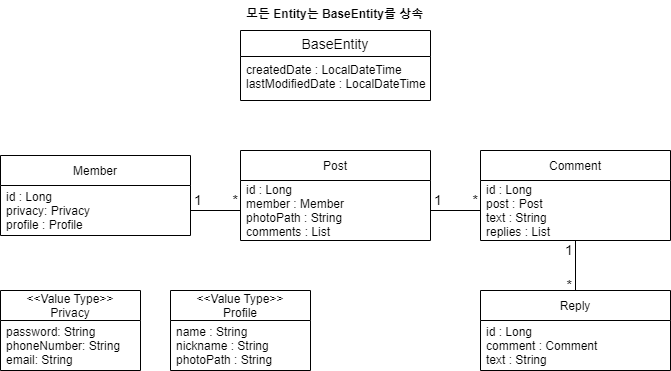
The draw.io diagram Sprint1 Entity Class Diagram.drawio.png in JunYoung-C/Instagram, before a commit. Source tidied: cells renumbered, new cells last; positions are measured from the earlier drawing's top-left corner, leaving out a move shared by most shapes.
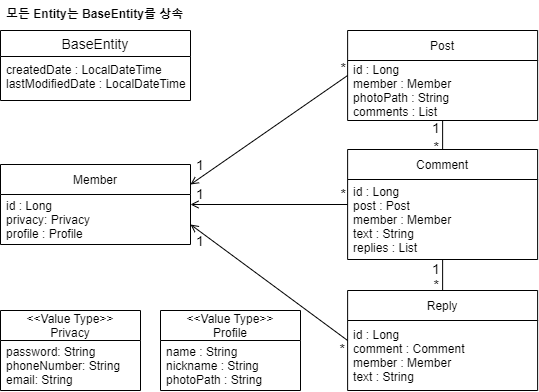
Later version of the same file.

Commit message:
docs: Comment, Reply에 Member 필드 추가 (#12)

What changed in the source:
```diff
@@ -3,65 +3,65 @@
     <mxCell id="0" />
     <mxCell id="1" parent="0" />
     <mxCell id="2" value="Comment" style="swimlane;fontStyle=0;horizontal=1;startSize=30;" parent="1" vertex="1">
-      <mxGeometry x="480" y="150" width="190" height="90" as="geometry" />
+      <mxGeometry x="347.1" y="149" width="190" height="110" as="geometry" />
     </mxCell>
-    <mxCell id="3" value="id : Long&#10;post : Post&#10;text : String&#10;replies : List" style="text;strokeColor=none;fillColor=none;align=left;verticalAlign=middle;spacingLeft=4;spacingRight=4;overflow=hidden;points=[[0,0.5],[1,0.5]];portConstraint=eastwest;" parent="2" vertex="1">
-      <mxGeometry y="30" width="190" height="60" as="geometry" />
+    <mxCell id="3" value="id : Long&#10;post : Post&#10;member : Member&#10;text : String&#10;replies : List" style="text;strokeColor=none;fillColor=none;align=left;verticalAlign=middle;spacingLeft=4;spacingRight=4;overflow=hidden;points=[[0,0.5],[1,0.5]];portConstraint=eastwest;" parent="2" vertex="1">
+      <mxGeometry y="30" width="190" height="80" as="geometry" />
     </mxCell>
     <mxCell id="4" value="Member" style="swimlane;fontStyle=0;horizontal=1;startSize=30;" parent="1" vertex="1">
-      <mxGeometry y="155" width="190" height="80" as="geometry" />
+      <mxGeometry y="164" width="190" height="80" as="geometry" />
     </mxCell>
     <mxCell id="5" value="id : Long&#10;privacy: Privacy&#10;profile : Profile" style="text;strokeColor=none;fillColor=none;align=left;verticalAlign=middle;spacingLeft=4;spacingRight=4;overflow=hidden;points=[[0,0.5],[1,0.5]];portConstraint=eastwest;" parent="4" vertex="1">
       <mxGeometry y="30" width="190" height="50" as="geometry" />
     </mxCell>
     <mxCell id="6" value="Post" style="swimlane;fontStyle=0;horizontal=1;startSize=30;" parent="1" vertex="1">
-      <mxGeometry x="240" y="150" width="190" height="90" as="geometry" />
+      <mxGeometry x="347.1" y="30" width="190" height="90" as="geometry" />
     </mxCell>
     <mxCell id="7" value="id : Long&#10;member : Member&#10;photoPath : String&#10;comments : List" style="text;strokeColor=none;fillColor=none;align=left;verticalAlign=middle;spacingLeft=4;spacingRight=4;overflow=hidden;points=[[0,0.5],[1,0.5]];portConstraint=eastwest;" parent="6" vertex="1">
       <mxGeometry y="30" width="190" height="60" as="geometry" />
     </mxCell>
     <mxCell id="8" value="Reply" style="swimlane;fontStyle=0;horizontal=1;startSize=30;" parent="1" vertex="1">
-      <mxGeometry x="480" y="290" width="190" height="80" as="geometry" />
+      <mxGeometry x="347.1" y="290" width="190" height="100" as="geometry" />
     </mxCell>
-    <mxCell id="9" value="id : Long&#10;comment : Comment&#10;text : String" style="text;strokeColor=none;fillColor=none;align=left;verticalAlign=middle;spacingLeft=4;spacingRight=4;overflow=hidden;" parent="8" vertex="1">
-      <mxGeometry y="30" width="190" height="50" as="geometry" />
+    <mxCell id="9" value="id : Long&#10;comment : Comment&#10;member : Member&#10;text : String" style="text;strokeColor=none;fillColor=none;align=left;verticalAlign=middle;spacingLeft=4;spacingRight=4;overflow=hidden;" parent="8" vertex="1">
+      <mxGeometry y="30" width="190" height="70" as="geometry" />
     </mxCell>
     <mxCell id="10" value="&lt;&lt;Value Type&gt;&gt;&#10;Privacy" style="swimlane;fontStyle=0;horizontal=1;startSize=30;" parent="1" vertex="1">
-      <mxGeometry y="290" width="140" height="80" as="geometry" />
+      <mxGeometry y="310" width="140" height="80" as="geometry" />
     </mxCell>
     <mxCell id="11" value="password: String&#10;phoneNumber: String&#10;email: String" style="text;strokeColor=none;fillColor=none;align=left;verticalAlign=middle;spacingLeft=4;spacingRight=4;overflow=hidden;" parent="10" vertex="1">
       <mxGeometry y="30" width="140" height="50" as="geometry" />
     </mxCell>
     <mxCell id="12" value="&lt;&lt;Value Type&gt;&gt;&#10;Profile" style="swimlane;fontStyle=0;horizontal=1;startSize=30;" parent="1" vertex="1">
-      <mxGeometry x="170" y="290" width="140" height="80" as="geometry" />
+      <mxGeometry x="160" y="310" width="140" height="80" as="geometry" />
     </mxCell>
     <mxCell id="13" value="name : String&#10;nickname : String&#10;photoPath : String" style="text;strokeColor=none;fillColor=none;align=left;verticalAlign=middle;spacingLeft=4;spacingRight=4;overflow=hidden;" parent="12" vertex="1">
       <mxGeometry y="30" width="140" height="50" as="geometry" />
     </mxCell>
-    <mxCell id="14" style="endArrow=none;html=1;rounded=0;fontSize=14;exitX=1;exitY=0.5;exitDx=0;exitDy=0;entryX=0;entryY=0.5;entryDx=0;entryDy=0;" parent="1" edge="1" source="7" target="3">
+    <mxCell id="14" style="endArrow=none;html=1;rounded=0;fontSize=14;exitX=0.5;exitY=1;exitDx=0;exitDy=0;entryX=0.5;entryY=0;entryDx=0;entryDy=0;" parent="1" edge="1" source="6" target="2">
       <mxGeometry relative="1" as="geometry" />
     </mxCell>
     <mxCell id="15" value="1" style="html=1;align=left;verticalAlign=bottom;fontSize=14;" parent="14" vertex="1">
       <mxGeometry x="-1" relative="1" as="geometry">
-        <mxPoint x="2" as="offset" />
+        <mxPoint x="-12" y="18" as="offset" />
       </mxGeometry>
     </mxCell>
     <mxCell id="16" value="*" style="html=1;align=right;verticalAlign=bottom;fontSize=14;" parent="14" vertex="1">
       <mxGeometry x="1" relative="1" as="geometry">
-        <mxPoint x="-2" as="offset" />
+        <mxPoint x="-3" y="7" as="offset" />
       </mxGeometry>
     </mxCell>
-    <mxCell id="17" style="endArrow=none;html=1;rounded=0;fontSize=14;exitX=1;exitY=0.5;exitDx=0;exitDy=0;entryX=0;entryY=0.5;entryDx=0;entryDy=0;" parent="1" edge="1" source="5" target="7">
+    <mxCell id="17" style="endArrow=none;html=1;rounded=0;fontSize=14;exitX=1;exitY=0.25;exitDx=0;exitDy=0;entryX=0;entryY=0.5;entryDx=0;entryDy=0;startArrow=open;startFill=0;" parent="1" edge="1" source="4" target="6">
       <mxGeometry relative="1" as="geometry" />
     </mxCell>
     <mxCell id="18" value="1" style="html=1;align=left;verticalAlign=bottom;fontSize=14;" parent="17" vertex="1">
       <mxGeometry x="-1" relative="1" as="geometry">
-        <mxPoint x="2" as="offset" />
+        <mxPoint x="4" y="-9" as="offset" />
       </mxGeometry>
     </mxCell>
     <mxCell id="19" value="*" style="html=1;align=right;verticalAlign=bottom;fontSize=14;" parent="17" vertex="1">
       <mxGeometry x="1" relative="1" as="geometry">
-        <mxPoint x="-2" as="offset" />
+        <mxPoint x="-2" y="3" as="offset" />
       </mxGeometry>
     </mxCell>
     <mxCell id="20" style="endArrow=none;html=1;rounded=0;fontSize=14;entryX=0.5;entryY=0;entryDx=0;entryDy=0;exitX=0.5;exitY=1;exitDx=0;exitDy=0;" parent="1" edge="1" source="2" target="8">
@@ -78,13 +78,39 @@
       </mxGeometry>
     </mxCell>
     <mxCell id="23" value="BaseEntity" style="swimlane;fontStyle=0;horizontal=1;startSize=26;align=center;fontSize=14;" parent="1" vertex="1">
-      <mxGeometry x="240" y="30" width="190" height="70" as="geometry" />
+      <mxGeometry y="30" width="190" height="70" as="geometry" />
     </mxCell>
     <mxCell id="24" value="createdDate : LocalDateTime&#10;lastModifiedDate : LocalDateTime" style="text;strokeColor=none;fillColor=none;spacingLeft=4;spacingRight=4;overflow=hidden;fontSize=12;" parent="23" vertex="1">
       <mxGeometry y="26" width="190" height="44" as="geometry" />
     </mxCell>
     <mxCell id="25" value="모든 Entity는 BaseEntity를 상속" style="text;strokeColor=none;fillColor=none;spacingLeft=4;spacingRight=4;overflow=hidden;fontSize=12;fontStyle=1;" parent="1" vertex="1">
-      <mxGeometry x="240" width="190" height="30" as="geometry" />
+      <mxGeometry width="190" height="30" as="geometry" />
     </mxCell>
+    <mxCell id="26" style="endArrow=none;html=1;rounded=0;fontSize=14;exitX=1;exitY=0.75;exitDx=0;exitDy=0;entryX=0;entryY=0.5;entryDx=0;entryDy=0;startArrow=open;startFill=0;" parent="1" edge="1" source="4" target="8">
+      <mxGeometry relative="1" as="geometry" />
+    </mxCell>
+    <mxCell id="27" value="1" style="html=1;align=left;verticalAlign=bottom;fontSize=14;" parent="26" vertex="1">
+      <mxGeometry x="-1" relative="1" as="geometry">
+        <mxPoint x="4" y="27" as="offset" />
+      </mxGeometry>
+    </mxCell>
+    <mxCell id="28" value="*" style="html=1;align=right;verticalAlign=bottom;fontSize=14;" parent="26" vertex="1">
+      <mxGeometry x="1" relative="1" as="geometry">
+        <mxPoint x="-2" y="19" as="offset" />
+      </mxGeometry>
+    </mxCell>
+    <mxCell id="29" style="endArrow=none;html=1;rounded=0;fontSize=14;exitX=1;exitY=0.5;exitDx=0;exitDy=0;entryX=0;entryY=0.5;entryDx=0;entryDy=0;startArrow=open;startFill=0;" parent="1" edge="1" source="4" target="2">
+      <mxGeometry relative="1" as="geometry" />
+    </mxCell>
+    <mxCell id="30" value="1" style="html=1;align=left;verticalAlign=bottom;fontSize=14;" parent="29" vertex="1">
+      <mxGeometry x="-1" relative="1" as="geometry">
+        <mxPoint x="4" as="offset" />
+      </mxGeometry>
+    </mxCell>
+    <mxCell id="31" value="*" style="html=1;align=right;verticalAlign=bottom;fontSize=14;" parent="29" vertex="1">
+      <mxGeometry x="1" relative="1" as="geometry">
+        <mxPoint x="-2" as="offset" />
+      </mxGeometry>
+    </mxCell>
   </root>
 </mxGraphModel>
```
